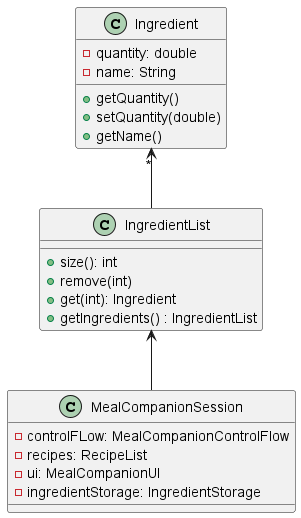
This is docs/images/IngredientUML.png from nus-cs2113-AY2223S2/tp, a PlantUML export, as it was before one commit. Source of this version:
```plantuml
@startuml

IngredientList <-- MealCompanionSession
Ingredient "*" <-- IngredientList

class Ingredient {
-quantity: double
-name: String
+getQuantity()
+setQuantity(double)
+getName()
}

class IngredientList {

+size(): int
+remove(int)
+get(int): Ingredient
+getIngredients() : IngredientList
}

Class MealCompanionSession {
- controlFLow: MealCompanionControlFlow
- recipes: RecipeList
- ui: MealCompanionUI
- ingredientStorage: IngredientStorage

}


@enduml
```
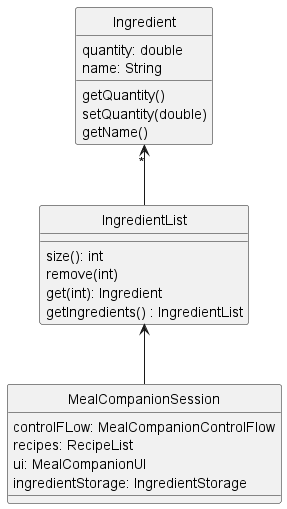
Above is the later version.

Diff of the diagram source:
```diff
@@ -2,28 +2,29 @@
 
 IngredientList <-- MealCompanionSession
 Ingredient "*" <-- IngredientList
+hide circle
 
 class Ingredient {
--quantity: double
--name: String
-+getQuantity()
-+setQuantity(double)
-+getName()
+quantity: double
+name: String
+getQuantity()
+setQuantity(double)
+getName()
 }
 
 class IngredientList {
 
-+size(): int
-+remove(int)
-+get(int): Ingredient
-+getIngredients() : IngredientList
+size(): int
+remove(int)
+get(int): Ingredient
+getIngredients() : IngredientList
 }
 
 Class MealCompanionSession {
-- controlFLow: MealCompanionControlFlow
-- recipes: RecipeList
-- ui: MealCompanionUI
-- ingredientStorage: IngredientStorage
+ controlFLow: MealCompanionControlFlow
+ recipes: RecipeList
+ ui: MealCompanionUI
+ ingredientStorage: IngredientStorage
 
 }
 
```
